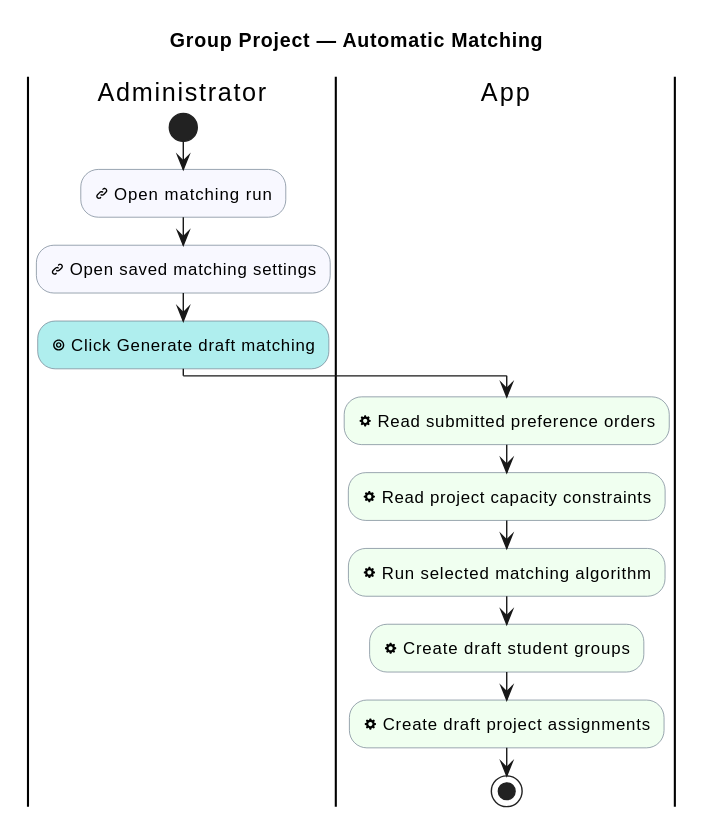
Earlier version of the PlantUML export industrial-placement-group-project/diagrams/group-project/automatic-matching.svg (sdflkjssl/sdflkjssl.github.io).
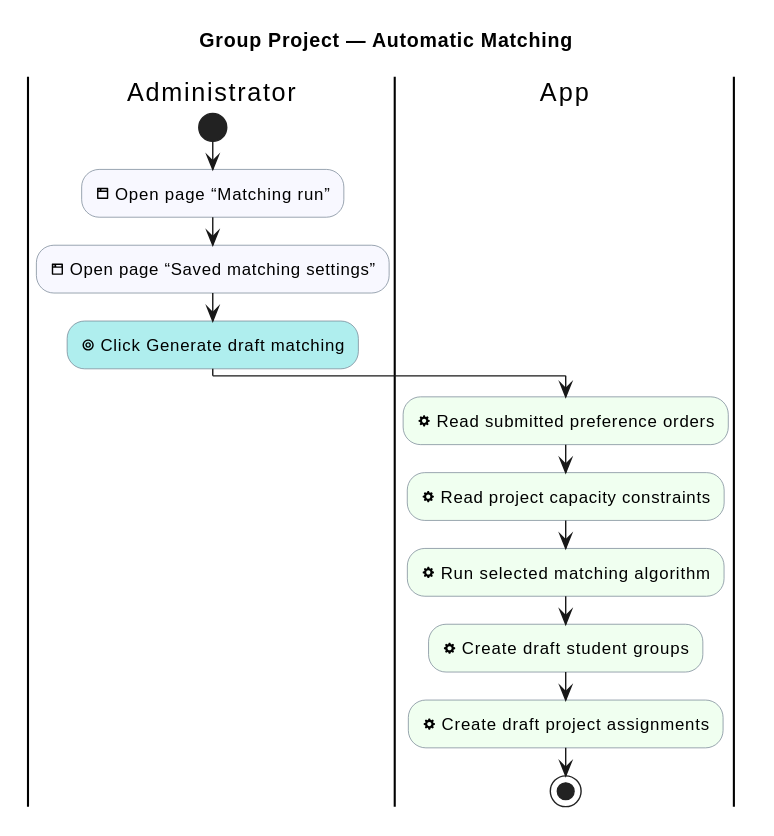
Above is the later version.

Diff of the diagram source:
```diff
@@ -12,8 +12,8 @@
 
 |Administrator|
 start
-:<&link-intact> Open matching run; <<#GhostWhite>>
-:<&link-intact> Open saved matching settings; <<#GhostWhite>>
+:<&browser> Open page “Matching run”; <<#GhostWhite>>
+:<&browser> Open page “Saved matching settings”; <<#GhostWhite>>
 :<&target> Click Generate draft matching; <<#PaleTurquoise>>
 |App|
 :<&cog> Read submitted preference orders; <<#HoneyDew>>
```
